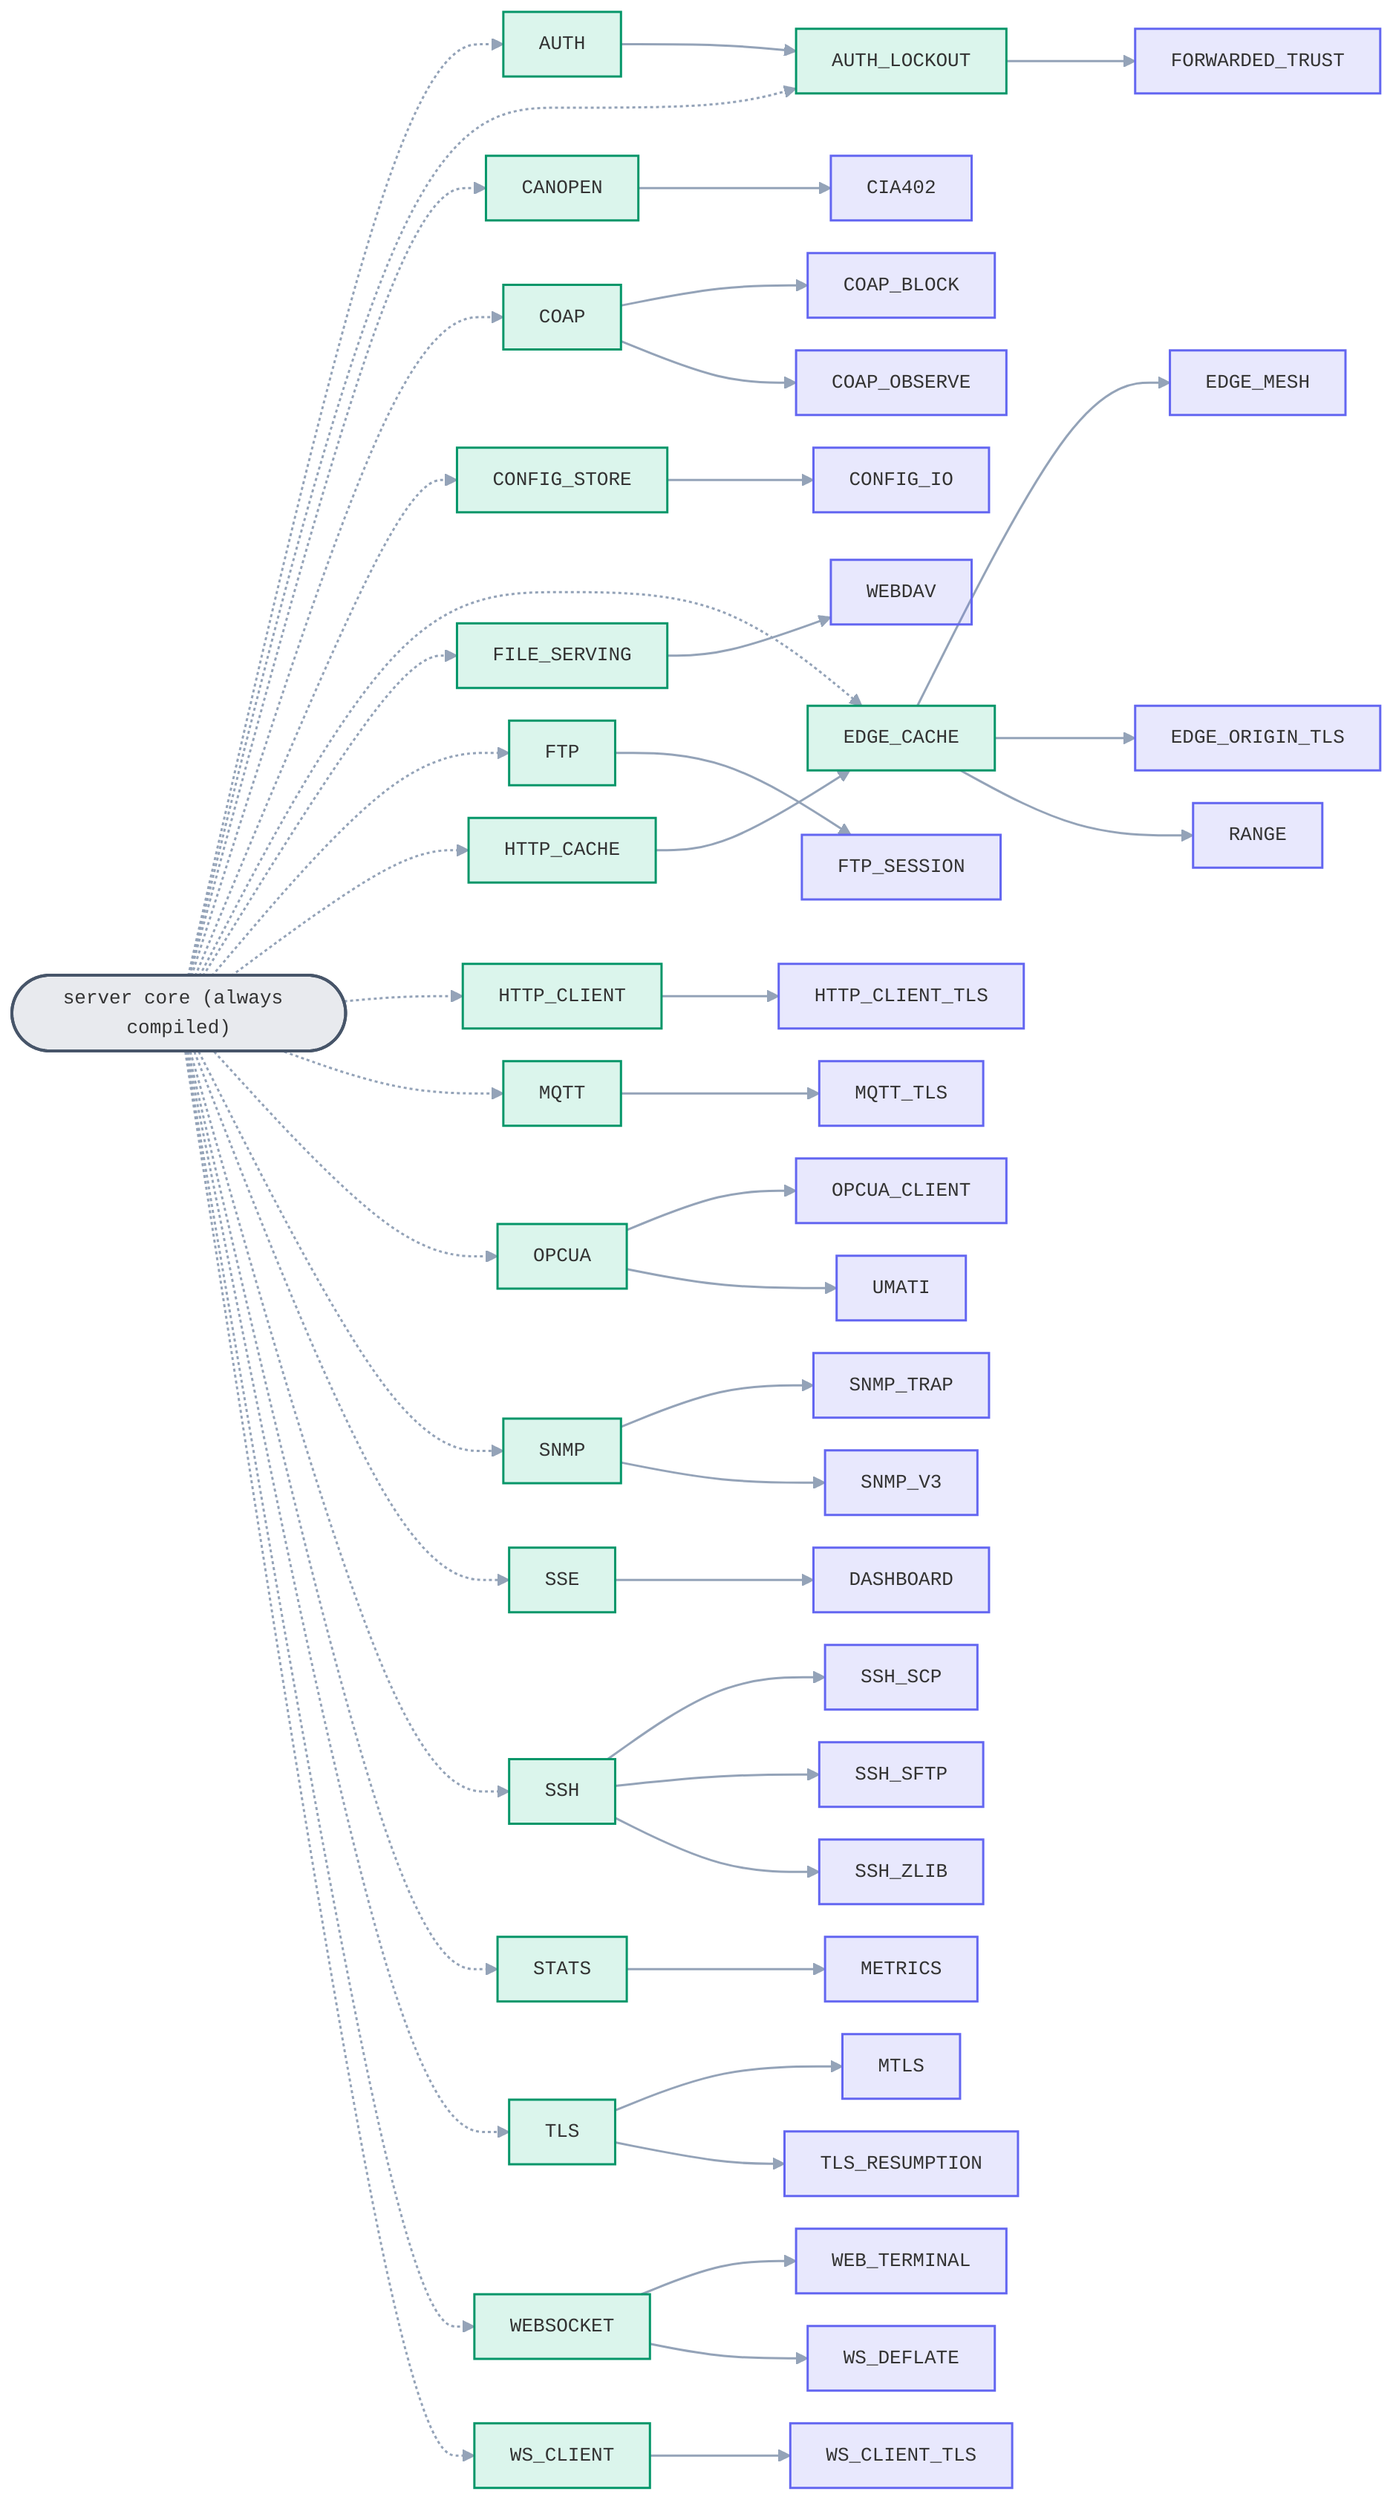
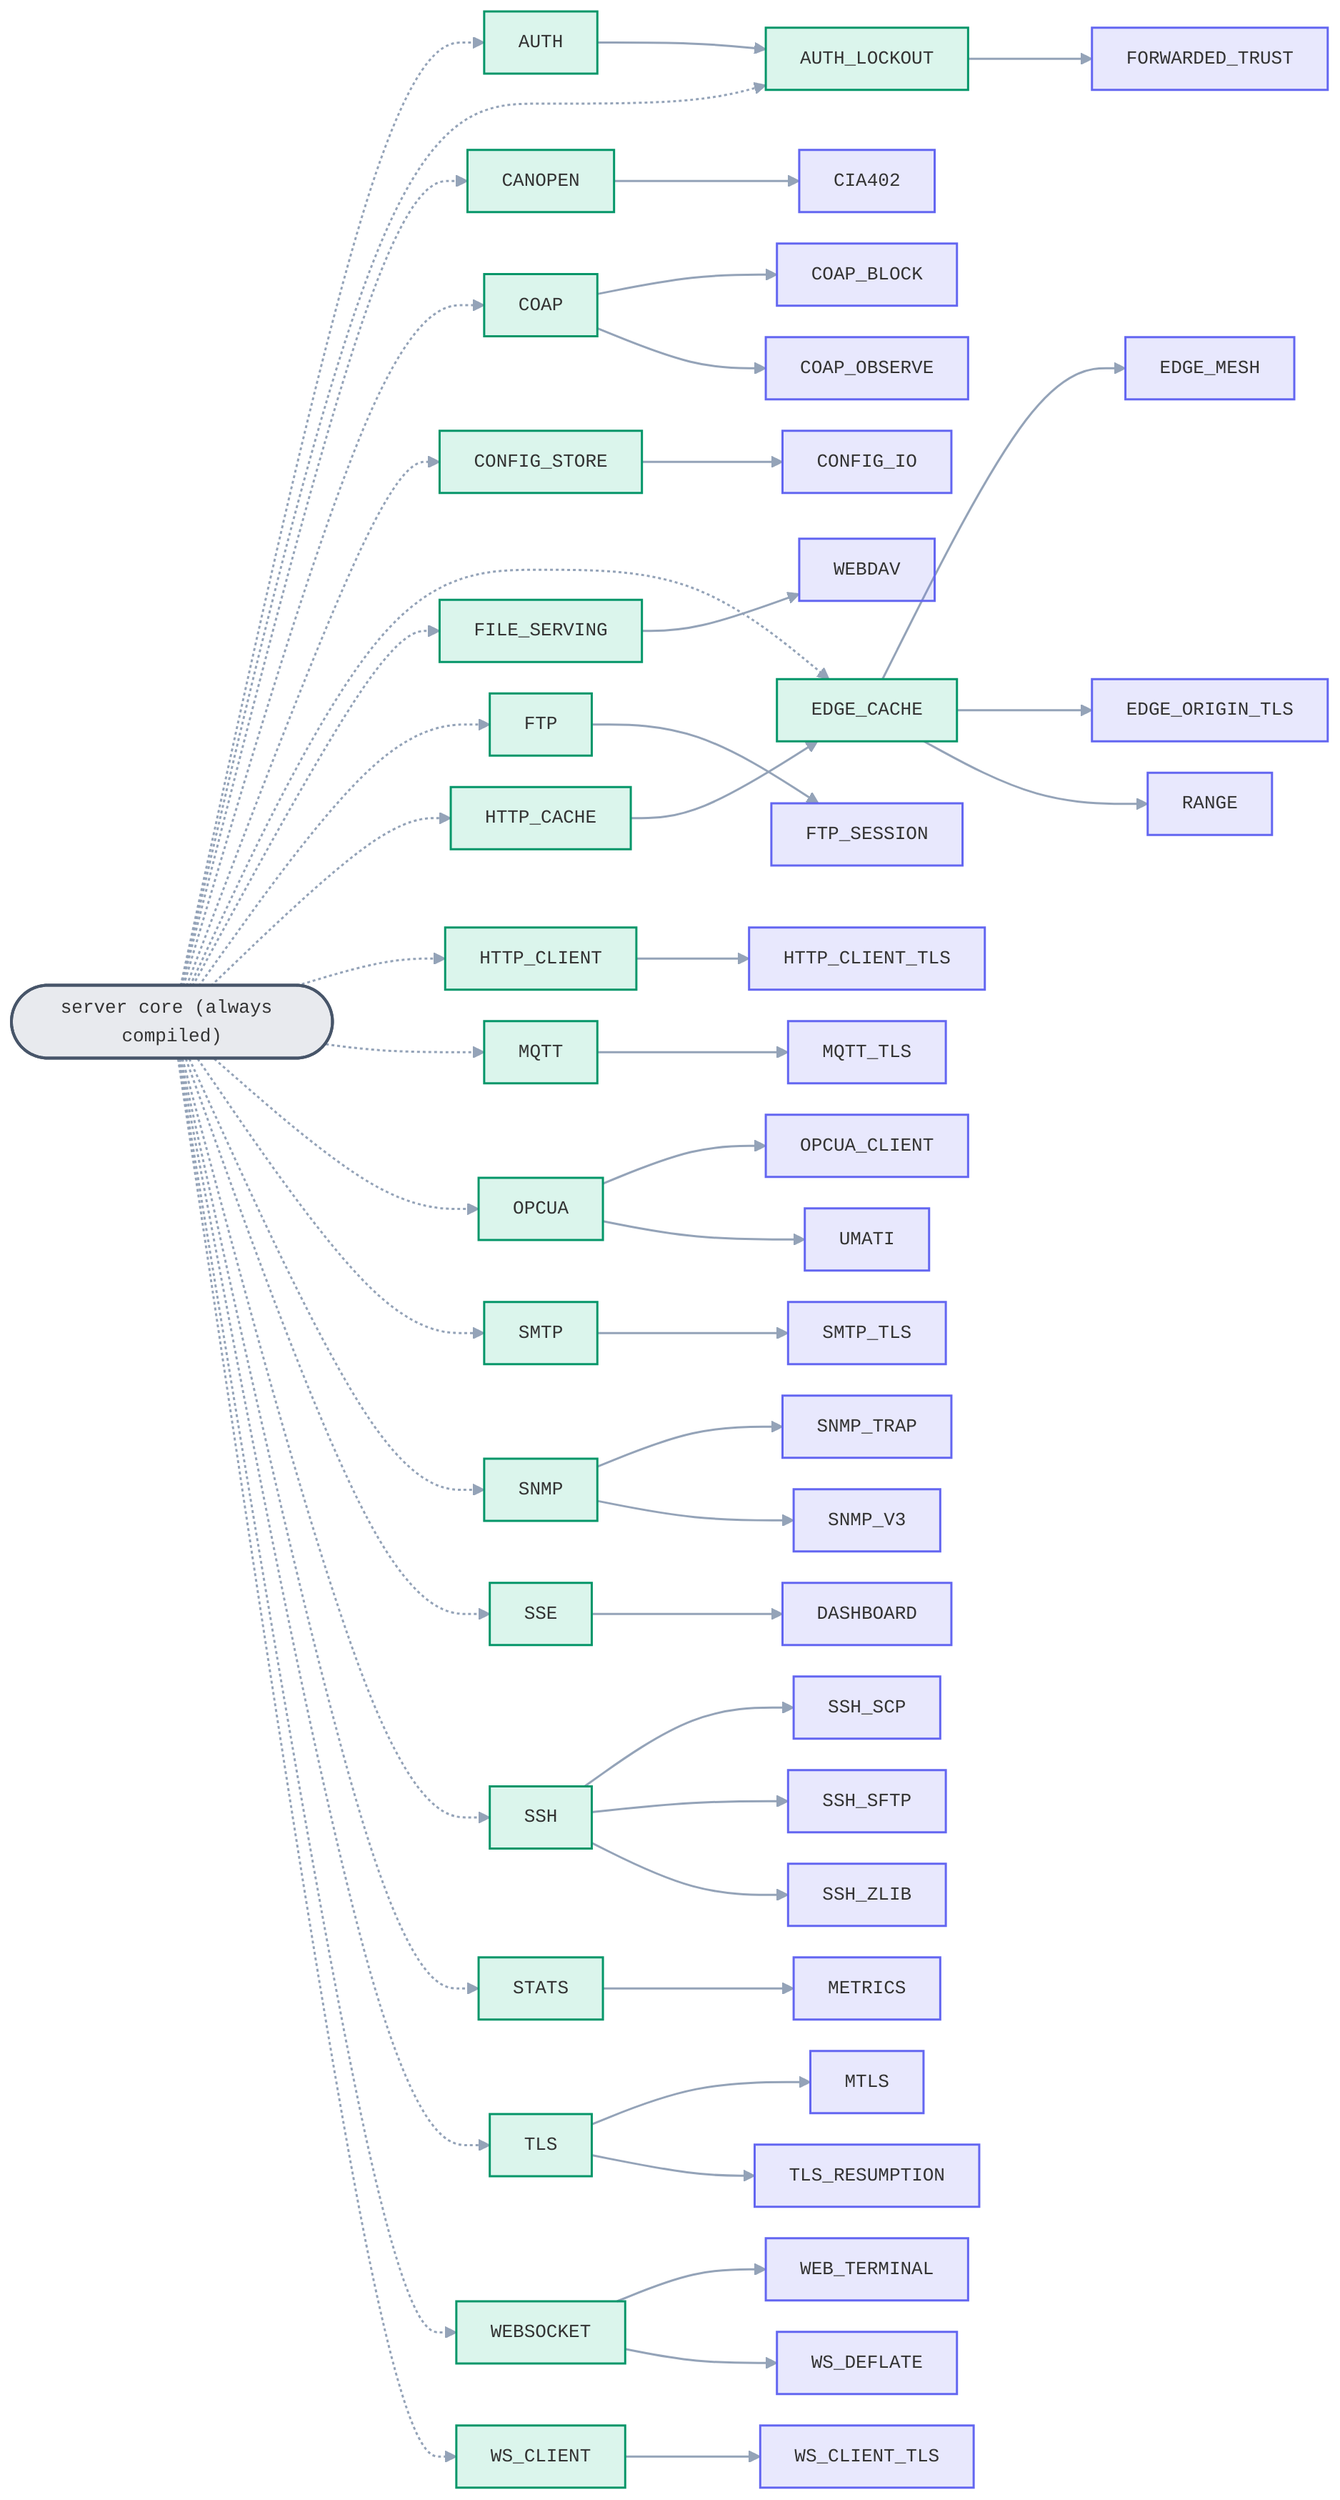
%%{init: {'themeVariables':{'fontFamily':'monospace','fontSize':'13px','lineColor':'#94a3b8'},'flowchart':{'htmlLabels':false,'curve':'basis','nodeSpacing':22,'rankSpacing':75,'padding':12,'useMaxWidth':false}}}%%
flowchart LR
  %% Optional feature families hang off the always-compiled core (dotted = optional, NOT
  %% a dependency); within a family a solid A --> B means B requires A (a hard #error).
  %% Auto-generated from the #error / #if guards in src/ServerConfig.h.

  CORE(["server core (always compiled)"])
  AUTH["AUTH"]
  AUTH_LOCKOUT["AUTH_LOCKOUT"]
  CANOPEN["CANOPEN"]
  COAP["COAP"]
  CONFIG_STORE["CONFIG_STORE"]
  EDGE_CACHE["EDGE_CACHE"]
  FILE_SERVING["FILE_SERVING"]
  FTP["FTP"]
  HTTP_CACHE["HTTP_CACHE"]
  HTTP_CLIENT["HTTP_CLIENT"]
  MQTT["MQTT"]
  OPCUA["OPCUA"]
+   SMTP["SMTP"]
  SNMP["SNMP"]
  SSE["SSE"]
  SSH["SSH"]
  STATS["STATS"]
  TLS["TLS"]
  WEBSOCKET["WEBSOCKET"]
  WS_CLIENT["WS_CLIENT"]
  CIA402["CIA402"]
  COAP_BLOCK["COAP_BLOCK"]
  COAP_OBSERVE["COAP_OBSERVE"]
  CONFIG_IO["CONFIG_IO"]
  DASHBOARD["DASHBOARD"]
  EDGE_MESH["EDGE_MESH"]
  EDGE_ORIGIN_TLS["EDGE_ORIGIN_TLS"]
  FORWARDED_TRUST["FORWARDED_TRUST"]
  FTP_SESSION["FTP_SESSION"]
  HTTP_CLIENT_TLS["HTTP_CLIENT_TLS"]
  METRICS["METRICS"]
  MQTT_TLS["MQTT_TLS"]
  MTLS["MTLS"]
  OPCUA_CLIENT["OPCUA_CLIENT"]
  RANGE["RANGE"]
+   SMTP_TLS["SMTP_TLS"]
  SNMP_TRAP["SNMP_TRAP"]
  SNMP_V3["SNMP_V3"]
  SSH_SCP["SSH_SCP"]
  SSH_SFTP["SSH_SFTP"]
  SSH_ZLIB["SSH_ZLIB"]
  TLS_RESUMPTION["TLS_RESUMPTION"]
  UMATI["UMATI"]
  WEBDAV["WEBDAV"]
  WEB_TERMINAL["WEB_TERMINAL"]
  WS_CLIENT_TLS["WS_CLIENT_TLS"]
  WS_DEFLATE["WS_DEFLATE"]

  CORE -.-> AUTH
  CORE -.-> AUTH_LOCKOUT
  CORE -.-> CANOPEN
  CORE -.-> COAP
  CORE -.-> CONFIG_STORE
  CORE -.-> EDGE_CACHE
  CORE -.-> FILE_SERVING
  CORE -.-> FTP
  CORE -.-> HTTP_CACHE
  CORE -.-> HTTP_CLIENT
  CORE -.-> MQTT
  CORE -.-> OPCUA
+   CORE -.-> SMTP
  CORE -.-> SNMP
  CORE -.-> SSE
  CORE -.-> SSH
  CORE -.-> STATS
  CORE -.-> TLS
  CORE -.-> WEBSOCKET
  CORE -.-> WS_CLIENT

  AUTH --> AUTH_LOCKOUT
  AUTH_LOCKOUT --> FORWARDED_TRUST
  CANOPEN --> CIA402
  COAP --> COAP_BLOCK
  COAP --> COAP_OBSERVE
  CONFIG_STORE --> CONFIG_IO
  EDGE_CACHE --> EDGE_MESH
  EDGE_CACHE --> EDGE_ORIGIN_TLS
  EDGE_CACHE --> RANGE
  FILE_SERVING --> WEBDAV
  FTP --> FTP_SESSION
  HTTP_CACHE --> EDGE_CACHE
  HTTP_CLIENT --> HTTP_CLIENT_TLS
  MQTT --> MQTT_TLS
  OPCUA --> OPCUA_CLIENT
  OPCUA --> UMATI
+   SMTP --> SMTP_TLS
  SNMP --> SNMP_TRAP
  SNMP --> SNMP_V3
  SSE --> DASHBOARD
  SSH --> SSH_SCP
  SSH --> SSH_SFTP
  SSH --> SSH_ZLIB
  STATS --> METRICS
  TLS --> MTLS
  TLS --> TLS_RESUMPTION
  WEBSOCKET --> WEB_TERMINAL
  WEBSOCKET --> WS_DEFLATE
  WS_CLIENT --> WS_CLIENT_TLS

  class CORE core;
-   class AUTH,AUTH_LOCKOUT,CANOPEN,COAP,CONFIG_STORE,EDGE_CACHE,FILE_SERVING,FTP,HTTP_CACHE,HTTP_CLIENT,MQTT,OPCUA,SNMP,SSE,SSH,STATS,TLS,WEBSOCKET,WS_CLIENT parent;
-   class CIA402,COAP_BLOCK,COAP_OBSERVE,CONFIG_IO,DASHBOARD,EDGE_MESH,EDGE_ORIGIN_TLS,FORWARDED_TRUST,FTP_SESSION,HTTP_CLIENT_TLS,METRICS,MQTT_TLS,MTLS,OPCUA_CLIENT,RANGE,SNMP_TRAP,SNMP_V3,SSH_SCP,SSH_SFTP,SSH_ZLIB,TLS_RESUMPTION,UMATI,WEBDAV,WEB_TERMINAL,WS_CLIENT_TLS,WS_DEFLATE child;
+   class AUTH,AUTH_LOCKOUT,CANOPEN,COAP,CONFIG_STORE,EDGE_CACHE,FILE_SERVING,FTP,HTTP_CACHE,HTTP_CLIENT,MQTT,OPCUA,SMTP,SNMP,SSE,SSH,STATS,TLS,WEBSOCKET,WS_CLIENT parent;
+   class CIA402,COAP_BLOCK,COAP_OBSERVE,CONFIG_IO,DASHBOARD,EDGE_MESH,EDGE_ORIGIN_TLS,FORWARDED_TRUST,FTP_SESSION,HTTP_CLIENT_TLS,METRICS,MQTT_TLS,MTLS,OPCUA_CLIENT,RANGE,SMTP_TLS,SNMP_TRAP,SNMP_V3,SSH_SCP,SSH_SFTP,SSH_ZLIB,TLS_RESUMPTION,UMATI,WEBDAV,WEB_TERMINAL,WS_CLIENT_TLS,WS_DEFLATE child;
  classDef core fill:#64748b26,stroke:#475569,stroke-width:2px;
  classDef parent fill:#10b98126,stroke:#059669,stroke-width:1.5px;
  classDef child fill:#6366f126,stroke:#6366f1,stroke-width:1.5px;
  linkStyle default stroke-width:1.5px;
